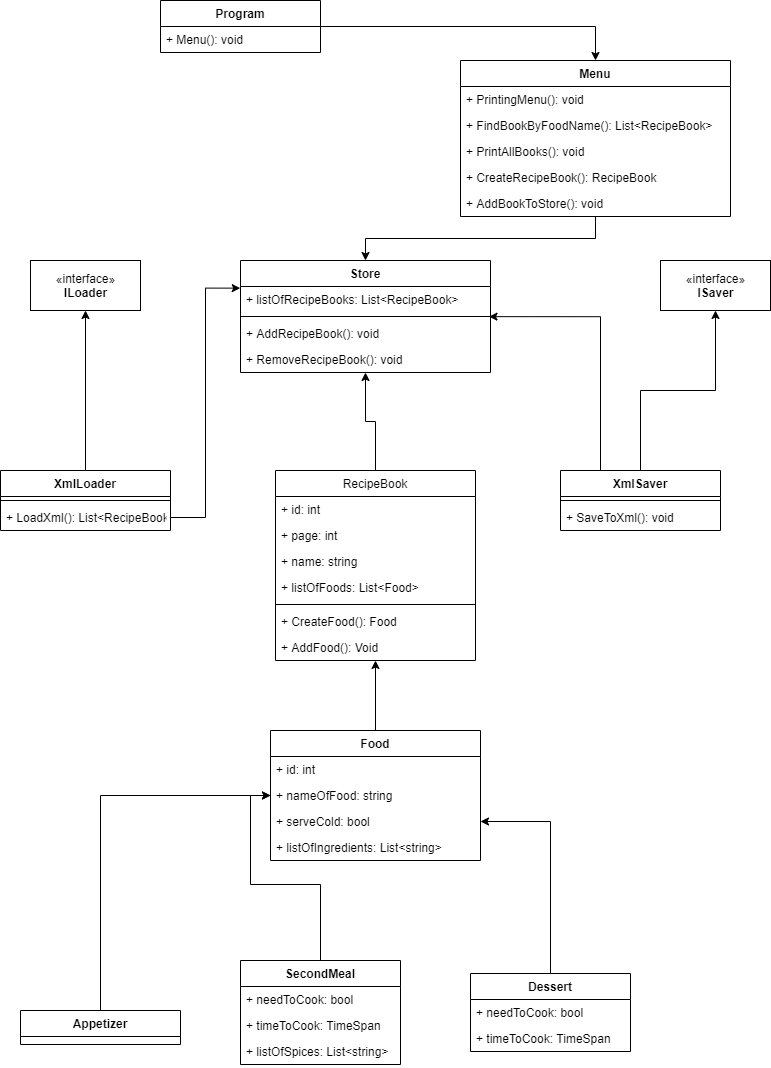
Before: Image/PADiagram.png, a diagram exported from draw.io (jakabij/OOPPAProject). Source tidied: cells renumbered, new cells last; positions are measured from the earlier drawing's top-left corner, leaving out a move shared by most shapes.
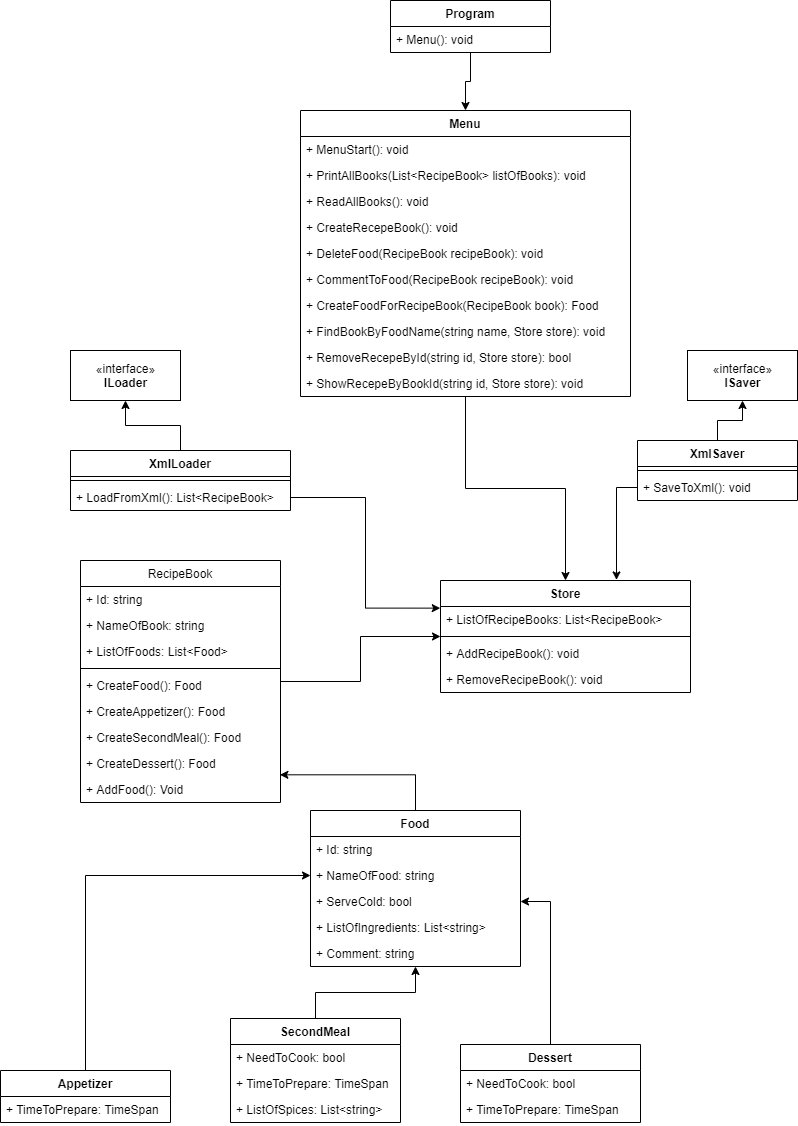
The same file after the commit.

Commit message:
Menu modified, RecepeBook and readme/UML

Diff of the diagram source:
```diff
@@ -8,24 +8,30 @@
     <mxCell id="3" value="RecipeBook" style="swimlane;fontStyle=0;horizontal=1;startSize=26;fillColor=none;" parent="1" vertex="1">
-      <mxGeometry x="275" y="470" width="200" height="190" as="geometry" />
+      <mxGeometry x="90" y="570" width="200" height="242" as="geometry" />
     </mxCell>
-    <mxCell id="4" value="+ id: int" style="text;strokeColor=none;fillColor=none;align=left;verticalAlign=top;spacingLeft=4;spacingRight=4;overflow=hidden;" parent="3" vertex="1">
+    <mxCell id="4" value="+ Id: string" style="text;strokeColor=none;fillColor=none;align=left;verticalAlign=top;spacingLeft=4;spacingRight=4;overflow=hidden;" parent="3" vertex="1">
       <mxGeometry y="26" width="200" height="26" as="geometry" />
     </mxCell>
-    <mxCell id="5" value="+ page: int" style="text;strokeColor=none;fillColor=none;align=left;verticalAlign=top;spacingLeft=4;spacingRight=4;overflow=hidden;" parent="3" vertex="1">
-      <mxGeometry y="52" width="200" height="26" as="geometry" />
-    </mxCell>
-    <mxCell id="6" value="+ name: string" style="text;strokeColor=none;fillColor=none;align=left;verticalAlign=top;spacingLeft=4;spacingRight=4;overflow=hidden;" parent="3" vertex="1">
-      <mxGeometry y="78" width="200" height="26" as="geometry" />
+    <mxCell id="6" value="+ NameOfBook: string" style="text;strokeColor=none;fillColor=none;align=left;verticalAlign=top;spacingLeft=4;spacingRight=4;overflow=hidden;" parent="3" vertex="1">
+      <mxGeometry y="52" width="200" height="26" as="geometry" />
     </mxCell>
-    <mxCell id="7" value="+ listOfFoods: List&lt;Food&gt;" style="text;strokeColor=none;fillColor=none;align=left;verticalAlign=top;spacingLeft=4;spacingRight=4;overflow=hidden;" parent="3" vertex="1">
-      <mxGeometry y="104" width="200" height="26" as="geometry" />
+    <mxCell id="7" value="+ ListOfFoods: List&lt;Food&gt;" style="text;strokeColor=none;fillColor=none;align=left;verticalAlign=top;spacingLeft=4;spacingRight=4;overflow=hidden;" parent="3" vertex="1">
+      <mxGeometry y="78" width="200" height="26" as="geometry" />
     </mxCell>
     <mxCell id="8" style="line;strokeWidth=1;fillColor=none;align=left;verticalAlign=middle;spacingTop=-1;spacingLeft=3;spacingRight=3;labelPosition=right;" parent="3" vertex="1">
-      <mxGeometry y="130" width="200" height="8" as="geometry" />
+      <mxGeometry y="104" width="200" height="8" as="geometry" />
     </mxCell>
     <mxCell id="9" value="+ CreateFood(): Food" style="text;strokeColor=none;fillColor=none;align=left;verticalAlign=top;spacingLeft=4;spacingRight=4;overflow=hidden;" parent="3" vertex="1">
-      <mxGeometry y="138" width="200" height="26" as="geometry" />
+      <mxGeometry y="112" width="200" height="26" as="geometry" />
     </mxCell>
+    <mxCell id="55" value="+ CreateAppetizer(): Food" style="text;strokeColor=none;fillColor=none;align=left;verticalAlign=top;spacingLeft=4;spacingRight=4;overflow=hidden;" parent="3" vertex="1">
+      <mxGeometry y="138" width="200" height="26" as="geometry" />
+    </mxCell>
+    <mxCell id="56" value="+ CreateSecondMeal(): Food" style="text;strokeColor=none;fillColor=none;align=left;verticalAlign=top;spacingLeft=4;spacingRight=4;overflow=hidden;" parent="3" vertex="1">
+      <mxGeometry y="164" width="200" height="26" as="geometry" />
+    </mxCell>
+    <mxCell id="57" value="+ CreateDessert(): Food" style="text;strokeColor=none;fillColor=none;align=left;verticalAlign=top;spacingLeft=4;spacingRight=4;overflow=hidden;points=[[0,0.5],[1,0.5]];portConstraint=eastwest;" parent="3" vertex="1">
+      <mxGeometry y="190" width="200" height="26" as="geometry" />
+    </mxCell>
     <mxCell id="10" value="+ AddFood(): Void" style="text;strokeColor=none;fillColor=none;align=left;verticalAlign=top;spacingLeft=4;spacingRight=4;overflow=hidden;" parent="3" vertex="1">
-      <mxGeometry y="164" width="200" height="26" as="geometry" />
+      <mxGeometry y="216" width="200" height="26" as="geometry" />
     </mxCell>
@@ -35,37 +41,43 @@
     <mxCell id="12" value="Appetizer" style="swimlane;fontStyle=1;align=center;verticalAlign=top;horizontal=1;startSize=26;" parent="1" vertex="1">
-      <mxGeometry x="20" y="1010" width="160" height="34" as="geometry" />
+      <mxGeometry x="10" y="1080" width="170" height="52" as="geometry" />
     </mxCell>
-    <mxCell id="13" style="edgeStyle=orthogonalEdgeStyle;rounded=0;jettySize=auto;html=1;" parent="1" edge="1" source="14" target="3">
-      <mxGeometry relative="1" as="geometry" />
-    </mxCell>
+    <mxCell id="23" value="+ TimeToPrepare: TimeSpan " style="text;strokeColor=none;fillColor=none;align=left;verticalAlign=top;spacingLeft=4;spacingRight=4;overflow=hidden;" parent="12" vertex="1">
+      <mxGeometry y="26" width="170" height="26" as="geometry" />
+    </mxCell>
+    <mxCell id="58" style="edgeStyle=orthogonalEdgeStyle;rounded=0;jettySize=auto;html=1;entryX=0.997;entryY=0.935;entryDx=0;entryDy=0;entryPerimeter=0;" parent="1" edge="1" source="14" target="57">
+      <mxGeometry relative="1" as="geometry" />
+    </mxCell>
     <mxCell id="14" value="Food" style="swimlane;fontStyle=1;align=center;verticalAlign=top;horizontal=1;startSize=26;" parent="1" vertex="1">
-      <mxGeometry x="270" y="730" width="210" height="130" as="geometry" />
+      <mxGeometry x="320" y="820" width="210" height="156" as="geometry" />
     </mxCell>
-    <mxCell id="15" value="+ id: int" style="text;strokeColor=none;fillColor=none;align=left;verticalAlign=top;spacingLeft=4;spacingRight=4;overflow=hidden;" parent="14" vertex="1">
+    <mxCell id="15" value="+ Id: string" style="text;strokeColor=none;fillColor=none;align=left;verticalAlign=top;spacingLeft=4;spacingRight=4;overflow=hidden;" parent="14" vertex="1">
       <mxGeometry y="26" width="210" height="26" as="geometry" />
     </mxCell>
-    <mxCell id="16" value="+ nameOfFood: string" style="text;strokeColor=none;fillColor=none;align=left;verticalAlign=top;spacingLeft=4;spacingRight=4;overflow=hidden;points=[[0,0.5],[1,0.5]];portConstraint=eastwest;" parent="14" vertex="1">
+    <mxCell id="16" value="+ NameOfFood: string" style="text;strokeColor=none;fillColor=none;align=left;verticalAlign=top;spacingLeft=4;spacingRight=4;overflow=hidden;points=[[0,0.5],[1,0.5]];portConstraint=eastwest;" parent="14" vertex="1">
       <mxGeometry y="52" width="210" height="26" as="geometry" />
     </mxCell>
-    <mxCell id="17" value="+ serveCold: bool" style="text;strokeColor=none;fillColor=none;align=left;verticalAlign=top;spacingLeft=4;spacingRight=4;overflow=hidden;points=[[0,0.5],[1,0.5]];portConstraint=eastwest;" parent="14" vertex="1">
+    <mxCell id="17" value="+ ServeCold: bool" style="text;strokeColor=none;fillColor=none;align=left;verticalAlign=top;spacingLeft=4;spacingRight=4;overflow=hidden;points=[[0,0.5],[1,0.5]];portConstraint=eastwest;" parent="14" vertex="1">
       <mxGeometry y="78" width="210" height="26" as="geometry" />
     </mxCell>
-    <mxCell id="18" value="+ listOfIngredients: List&lt;string&gt;" style="text;strokeColor=none;fillColor=none;align=left;verticalAlign=top;spacingLeft=4;spacingRight=4;overflow=hidden;" parent="14" vertex="1">
+    <mxCell id="18" value="+ ListOfIngredients: List&lt;string&gt;" style="text;strokeColor=none;fillColor=none;align=left;verticalAlign=top;spacingLeft=4;spacingRight=4;overflow=hidden;" parent="14" vertex="1">
       <mxGeometry y="104" width="210" height="26" as="geometry" />
     </mxCell>
-    <mxCell id="19" style="edgeStyle=orthogonalEdgeStyle;rounded=0;jettySize=auto;html=1;entryX=0;entryY=0.5;entryDx=0;entryDy=0;" parent="1" edge="1" source="20" target="16">
-      <mxGeometry relative="1" as="geometry" />
-    </mxCell>
+    <mxCell id="59" value="+ Comment: string" style="text;strokeColor=none;fillColor=none;align=left;verticalAlign=top;spacingLeft=4;spacingRight=4;overflow=hidden;" parent="14" vertex="1">
+      <mxGeometry y="130" width="210" height="26" as="geometry" />
+    </mxCell>
+    <mxCell id="60" style="edgeStyle=orthogonalEdgeStyle;rounded=0;jettySize=auto;html=1;" parent="1" edge="1" source="20" target="14">
+      <mxGeometry relative="1" as="geometry" />
+    </mxCell>
     <mxCell id="20" value="SecondMeal" style="swimlane;fontStyle=1;align=center;verticalAlign=top;horizontal=1;startSize=26;" parent="1" vertex="1">
-      <mxGeometry x="240" y="960" width="160" height="104" as="geometry" />
+      <mxGeometry x="240" y="1028" width="170" height="104" as="geometry" />
     </mxCell>
-    <mxCell id="21" value="+ needToCook: bool" style="text;strokeColor=none;fillColor=none;align=left;verticalAlign=top;spacingLeft=4;spacingRight=4;overflow=hidden;" parent="20" vertex="1">
-      <mxGeometry y="26" width="160" height="26" as="geometry" />
+    <mxCell id="21" value="+ NeedToCook: bool" style="text;strokeColor=none;fillColor=none;align=left;verticalAlign=top;spacingLeft=4;spacingRight=4;overflow=hidden;" parent="20" vertex="1">
+      <mxGeometry y="26" width="170" height="26" as="geometry" />
     </mxCell>
-    <mxCell id="22" value="+ timeToCook: TimeSpan" style="text;strokeColor=none;fillColor=none;align=left;verticalAlign=top;spacingLeft=4;spacingRight=4;overflow=hidden;" parent="20" vertex="1">
-      <mxGeometry y="52" width="160" height="26" as="geometry" />
+    <mxCell id="22" value="+ TimeToPrepare: TimeSpan " style="text;strokeColor=none;fillColor=none;align=left;verticalAlign=top;spacingLeft=4;spacingRight=4;overflow=hidden;" parent="20" vertex="1">
+      <mxGeometry y="52" width="170" height="26" as="geometry" />
     </mxCell>
-    <mxCell id="23" value="+ listOfSpices: List&lt;string&gt;" style="text;strokeColor=none;fillColor=none;align=left;verticalAlign=top;spacingLeft=4;spacingRight=4;overflow=hidden;" parent="20" vertex="1">
-      <mxGeometry y="78" width="160" height="26" as="geometry" />
-    </mxCell>
+    <mxCell id="61" value="+ ListOfSpices: List&lt;string&gt;" style="text;strokeColor=none;fillColor=none;align=left;verticalAlign=top;spacingLeft=4;spacingRight=4;overflow=hidden;" parent="20" vertex="1">
+      <mxGeometry y="78" width="170" height="26" as="geometry" />
+    </mxCell>
     <mxCell id="24" style="edgeStyle=orthogonalEdgeStyle;rounded=0;jettySize=auto;html=1;entryX=1;entryY=0.5;entryDx=0;entryDy=0;" parent="1" edge="1" source="25" target="17">
@@ -74,9 +86,9 @@
     <mxCell id="25" value="Dessert" style="swimlane;fontStyle=1;align=center;verticalAlign=top;horizontal=1;startSize=26;" parent="1" vertex="1">
-      <mxGeometry x="470" y="973" width="160" height="78" as="geometry" />
+      <mxGeometry x="470" y="1054" width="180" height="78" as="geometry" />
     </mxCell>
-    <mxCell id="26" value="+ needToCook: bool" style="text;strokeColor=none;fillColor=none;align=left;verticalAlign=top;spacingLeft=4;spacingRight=4;overflow=hidden;" parent="25" vertex="1">
-      <mxGeometry y="26" width="160" height="26" as="geometry" />
+    <mxCell id="26" value="+ NeedToCook: bool" style="text;strokeColor=none;fillColor=none;align=left;verticalAlign=top;spacingLeft=4;spacingRight=4;overflow=hidden;" parent="25" vertex="1">
+      <mxGeometry y="26" width="180" height="26" as="geometry" />
     </mxCell>
-    <mxCell id="27" value="+ timeToCook: TimeSpan" style="text;strokeColor=none;fillColor=none;align=left;verticalAlign=top;spacingLeft=4;spacingRight=4;overflow=hidden;" parent="25" vertex="1">
-      <mxGeometry y="52" width="160" height="26" as="geometry" />
+    <mxCell id="27" value="+ TimeToPrepare: TimeSpan " style="text;strokeColor=none;fillColor=none;align=left;verticalAlign=top;spacingLeft=4;spacingRight=4;overflow=hidden;" parent="25" vertex="1">
+      <mxGeometry y="52" width="180" height="26" as="geometry" />
     </mxCell>
@@ -86,9 +98,9 @@
     <mxCell id="29" value="XmlLoader" style="swimlane;fontStyle=1;align=center;verticalAlign=top;horizontal=1;startSize=26;" parent="1" vertex="1">
-      <mxGeometry y="470" width="170" height="60" as="geometry" />
+      <mxGeometry x="80" y="460" width="220" height="60" as="geometry" />
     </mxCell>
     <mxCell id="30" style="line;strokeWidth=1;fillColor=none;align=left;verticalAlign=middle;spacingTop=-1;spacingLeft=3;spacingRight=3;labelPosition=right;" parent="29" vertex="1">
-      <mxGeometry y="26" width="170" height="8" as="geometry" />
+      <mxGeometry y="26" width="220" height="8" as="geometry" />
     </mxCell>
-    <mxCell id="31" value="+ LoadXml(): List&lt;RecipeBook&gt;" style="text;strokeColor=none;fillColor=none;align=left;verticalAlign=top;spacingLeft=4;spacingRight=4;overflow=hidden;points=[[0,0.5],[1,0.5]];portConstraint=eastwest;" parent="29" vertex="1">
-      <mxGeometry y="34" width="170" height="26" as="geometry" />
+    <mxCell id="31" value="+ LoadFromXml(): List&lt;RecipeBook&gt;" style="text;strokeColor=none;fillColor=none;align=left;verticalAlign=top;spacingLeft=4;spacingRight=4;overflow=hidden;points=[[0,0.5],[1,0.5]];portConstraint=eastwest;" parent="29" vertex="1">
+      <mxGeometry y="34" width="220" height="26" as="geometry" />
     </mxCell>
@@ -98,5 +110,5 @@
     <mxCell id="33" value="Store" style="swimlane;fontStyle=1;align=center;verticalAlign=top;horizontal=1;startSize=26;" parent="1" vertex="1">
-      <mxGeometry x="240" y="260" width="250" height="112" as="geometry" />
+      <mxGeometry x="450" y="590" width="250" height="112" as="geometry" />
     </mxCell>
-    <mxCell id="34" value="+ listOfRecipeBooks: List&lt;RecipeBook&gt;" style="text;strokeColor=none;fillColor=none;align=left;verticalAlign=top;spacingLeft=4;spacingRight=4;overflow=hidden;points=[[0,0.5],[1,0.5]];portConstraint=eastwest;" parent="33" vertex="1">
+    <mxCell id="34" value="+ ListOfRecipeBooks: List&lt;RecipeBook&gt;" style="text;strokeColor=none;fillColor=none;align=left;verticalAlign=top;spacingLeft=4;spacingRight=4;overflow=hidden;points=[[0,0.5],[1,0.5]];portConstraint=eastwest;" parent="33" vertex="1">
       <mxGeometry y="26" width="250" height="26" as="geometry" />
@@ -112,3 +124,3 @@
     </mxCell>
-    <mxCell id="38" style="edgeStyle=orthogonalEdgeStyle;rounded=0;jettySize=auto;html=1;" parent="1" edge="1" source="39" target="49">
+    <mxCell id="38" style="edgeStyle=orthogonalEdgeStyle;rounded=0;jettySize=auto;html=1;entryX=0.5;entryY=0;entryDx=0;entryDy=0;" parent="1" edge="1" source="39" target="49">
       <mxGeometry relative="1" as="geometry" />
@@ -116,3 +128,3 @@
     <mxCell id="39" value="Program" style="swimlane;fontStyle=1;align=center;verticalAlign=top;horizontal=1;startSize=26;" parent="1" vertex="1">
-      <mxGeometry x="160" width="160" height="52" as="geometry" />
+      <mxGeometry x="400" y="10" width="160" height="52" as="geometry" />
     </mxCell>
@@ -124,12 +136,4 @@
     </mxCell>
-    <mxCell id="42" style="edgeStyle=orthogonalEdgeStyle;rounded=0;jettySize=auto;html=1;entryX=0.994;entryY=-0.148;entryDx=0;entryDy=0;entryPerimeter=0;" parent="1" edge="1" source="43">
-      <mxGeometry relative="1" as="geometry">
-        <mxPoint x="488.5" y="316.2" as="targetPoint" />
-        <Array as="points">
-          <mxPoint x="600" y="316" />
-        </Array>
-      </mxGeometry>
-    </mxCell>
     <mxCell id="43" value="XmlSaver" style="swimlane;fontStyle=1;align=center;verticalAlign=top;horizontal=1;startSize=26;" parent="1" vertex="1">
-      <mxGeometry x="560" y="470" width="160" height="60" as="geometry" />
+      <mxGeometry x="647" y="450" width="160" height="60" as="geometry" />
     </mxCell>
@@ -142,6 +146,6 @@
     <mxCell id="46" value="«interface»&lt;br&gt;&lt;b&gt;ISaver&lt;/b&gt;" style="html=1;" parent="1" vertex="1">
-      <mxGeometry x="660" y="260" width="110" height="50" as="geometry" />
+      <mxGeometry x="697" y="360" width="110" height="50" as="geometry" />
     </mxCell>
     <mxCell id="47" value="«interface»&lt;br&gt;&lt;b&gt;ILoader&lt;/b&gt;" style="html=1;" parent="1" vertex="1">
-      <mxGeometry x="30" y="260" width="110" height="50" as="geometry" />
+      <mxGeometry x="80" y="360" width="110" height="50" as="geometry" />
     </mxCell>
@@ -151,19 +155,37 @@
     <mxCell id="49" value="Menu" style="swimlane;fontStyle=1;align=center;verticalAlign=top;horizontal=1;startSize=26;" parent="1" vertex="1">
-      <mxGeometry x="460" y="60" width="270" height="156" as="geometry" />
+      <mxGeometry x="310" y="120" width="330" height="286" as="geometry" />
     </mxCell>
-    <mxCell id="50" value="+ PrintingMenu(): void " style="text;strokeColor=none;fillColor=none;align=left;verticalAlign=top;spacingLeft=4;spacingRight=4;overflow=hidden;" parent="49" vertex="1">
-      <mxGeometry y="26" width="270" height="26" as="geometry" />
-    </mxCell>
-    <mxCell id="51" value="+ FindBookByFoodName(): List&lt;RecipeBook&gt;" style="text;strokeColor=none;fillColor=none;align=left;verticalAlign=top;spacingLeft=4;spacingRight=4;overflow=hidden;" parent="49" vertex="1">
-      <mxGeometry y="52" width="270" height="26" as="geometry" />
-    </mxCell>
-    <mxCell id="52" value="+ PrintAllBooks(): void" style="text;strokeColor=none;fillColor=none;align=left;verticalAlign=top;spacingLeft=4;spacingRight=4;overflow=hidden;" parent="49" vertex="1">
-      <mxGeometry y="78" width="270" height="26" as="geometry" />
-    </mxCell>
-    <mxCell id="53" value="+ CreateRecipeBook(): RecipeBook" style="text;strokeColor=none;fillColor=none;align=left;verticalAlign=top;spacingLeft=4;spacingRight=4;overflow=hidden;" parent="49" vertex="1">
-      <mxGeometry y="104" width="270" height="26" as="geometry" />
-    </mxCell>
-    <mxCell id="54" value="+ AddBookToStore(): void" style="text;strokeColor=none;fillColor=none;align=left;verticalAlign=top;spacingLeft=4;spacingRight=4;overflow=hidden;" parent="49" vertex="1">
-      <mxGeometry y="130" width="270" height="26" as="geometry" />
-    </mxCell>
+    <mxCell id="62" value="+ MenuStart(): void" style="text;strokeColor=none;fillColor=none;align=left;verticalAlign=top;spacingLeft=4;spacingRight=4;overflow=hidden;" parent="49" vertex="1">
+      <mxGeometry y="26" width="330" height="26" as="geometry" />
+    </mxCell>
+    <mxCell id="63" value="+ PrintAllBooks(List&lt;RecipeBook&gt; listOfBooks): void" style="text;strokeColor=none;fillColor=none;align=left;verticalAlign=top;spacingLeft=4;spacingRight=4;overflow=hidden;" parent="49" vertex="1">
+      <mxGeometry y="52" width="330" height="26" as="geometry" />
+    </mxCell>
+    <mxCell id="64" value="+ ReadAllBooks(): void" style="text;strokeColor=none;fillColor=none;align=left;verticalAlign=top;spacingLeft=4;spacingRight=4;overflow=hidden;" parent="49" vertex="1">
+      <mxGeometry y="78" width="330" height="26" as="geometry" />
+    </mxCell>
+    <mxCell id="65" value="+ CreateRecepeBook(): void" style="text;strokeColor=none;fillColor=none;align=left;verticalAlign=top;spacingLeft=4;spacingRight=4;overflow=hidden;" parent="49" vertex="1">
+      <mxGeometry y="104" width="330" height="26" as="geometry" />
+    </mxCell>
+    <mxCell id="66" value="+ DeleteFood(RecipeBook recipeBook): void" style="text;strokeColor=none;fillColor=none;align=left;verticalAlign=top;spacingLeft=4;spacingRight=4;overflow=hidden;" parent="49" vertex="1">
+      <mxGeometry y="130" width="330" height="26" as="geometry" />
+    </mxCell>
+    <mxCell id="67" value="+ CommentToFood(RecipeBook recipeBook): void" style="text;strokeColor=none;fillColor=none;align=left;verticalAlign=top;spacingLeft=4;spacingRight=4;overflow=hidden;" parent="49" vertex="1">
+      <mxGeometry y="156" width="330" height="26" as="geometry" />
+    </mxCell>
+    <mxCell id="68" value="+ CreateFoodForRecipeBook(RecipeBook book): Food" style="text;strokeColor=none;fillColor=none;align=left;verticalAlign=top;spacingLeft=4;spacingRight=4;overflow=hidden;" parent="49" vertex="1">
+      <mxGeometry y="182" width="330" height="26" as="geometry" />
+    </mxCell>
+    <mxCell id="69" value="+ FindBookByFoodName(string name, Store store): void" style="text;strokeColor=none;fillColor=none;align=left;verticalAlign=top;spacingLeft=4;spacingRight=4;overflow=hidden;" parent="49" vertex="1">
+      <mxGeometry y="208" width="330" height="26" as="geometry" />
+    </mxCell>
+    <mxCell id="70" value="+ RemoveRecepeById(string id, Store store): bool" style="text;strokeColor=none;fillColor=none;align=left;verticalAlign=top;spacingLeft=4;spacingRight=4;overflow=hidden;" parent="49" vertex="1">
+      <mxGeometry y="234" width="330" height="26" as="geometry" />
+    </mxCell>
+    <mxCell id="71" value="+ ShowRecepeByBookId(string id, Store store): void" style="text;strokeColor=none;fillColor=none;align=left;verticalAlign=top;spacingLeft=4;spacingRight=4;overflow=hidden;" parent="49" vertex="1">
+      <mxGeometry y="260" width="330" height="26" as="geometry" />
+    </mxCell>
+    <mxCell id="72" style="edgeStyle=orthogonalEdgeStyle;rounded=0;jettySize=auto;html=1;entryX=0.704;entryY=-0.005;entryDx=0;entryDy=0;entryPerimeter=0;" parent="1" edge="1" source="45" target="33">
+      <mxGeometry relative="1" as="geometry" />
+    </mxCell>
   </root>
```
